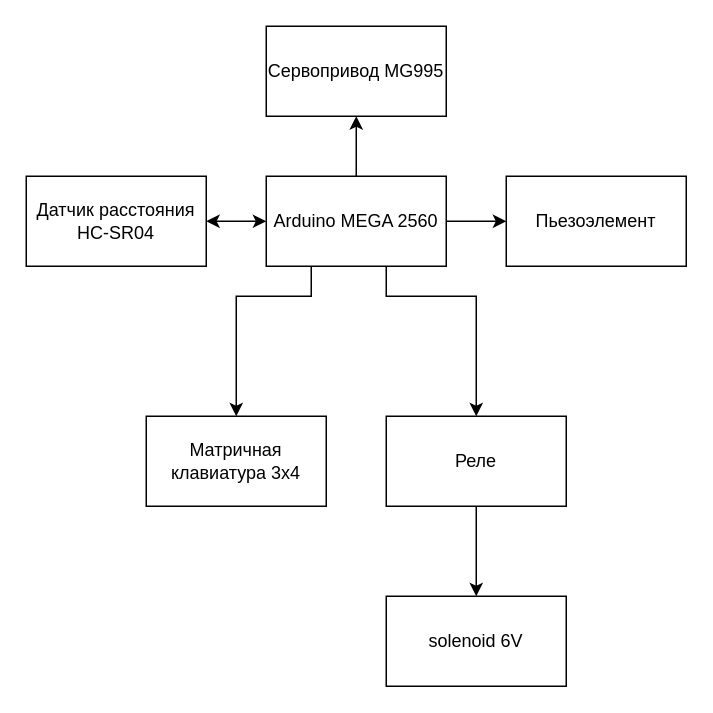
Before: Документация/Диаграмма компонентов калитки.drawio in Artepi2349/RFID, a draw.io diagram. Source tidied: cells renumbered, new cells numbered last; positions are measured from the earlier drawing's top-left corner, leaving out a move shared by most shapes. Both pictures are drawn from the tidied source at 150%, with x=0, y=0 at pixel (26, 26).
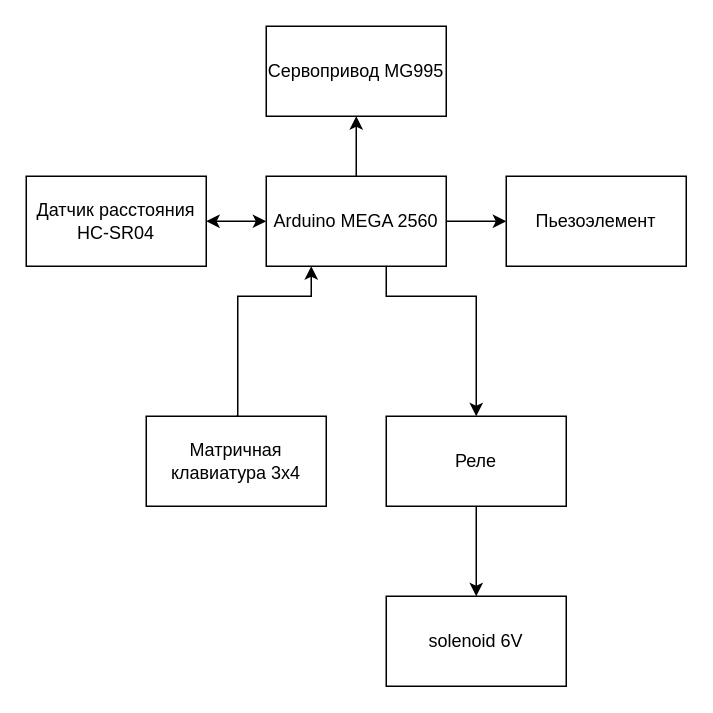
The same page after the edit.

Commit message (it also covers changes not shown here):
rework components diagram

Diff of the diagram source:
```diff
@@
 <mxGraphModel>
   <root>
     <mxCell id="0" />
     <mxCell id="1" parent="0" />
     <mxCell id="2" style="edgeStyle=orthogonalEdgeStyle;rounded=0;jettySize=auto;html=1;entryX=0;entryY=0.5;entryDx=0;entryDy=0;" parent="1" edge="1" source="6" target="10">
       <mxGeometry relative="1" as="geometry" />
     </mxCell>
     <mxCell id="3" style="edgeStyle=orthogonalEdgeStyle;rounded=0;jettySize=auto;html=1;entryX=0.5;entryY=1;entryDx=0;entryDy=0;" parent="1" edge="1" source="6" target="9">
       <mxGeometry relative="1" as="geometry" />
     </mxCell>
-    <mxCell id="4" style="edgeStyle=orthogonalEdgeStyle;rounded=0;jettySize=auto;html=1;entryX=0.5;entryY=0;entryDx=0;entryDy=0;exitX=0.25;exitY=1;exitDx=0;exitDy=0;" parent="1" edge="1" source="6" target="7">
+    <mxCell id="4" style="edgeStyle=orthogonalEdgeStyle;rounded=0;jettySize=auto;html=1;exitX=0.5;exitY=0;exitDx=0;exitDy=0;entryX=0.25;entryY=1;entryDx=0;entryDy=0;" parent="1" edge="1" source="7" target="6">
       <mxGeometry relative="1" as="geometry">
         <Array as="points">
+          <mxPoint x="141" y="260" />
+          <mxPoint x="141" y="180" />
           <mxPoint x="190" y="180" />
-          <mxPoint x="140" y="180" />
         </Array>
       </mxGeometry>
     </mxCell>
     <mxCell id="5" style="edgeStyle=orthogonalEdgeStyle;rounded=0;jettySize=auto;html=1;entryX=0.5;entryY=0;entryDx=0;entryDy=0;" parent="1" edge="1" target="13">
       <mxGeometry relative="1" as="geometry">
         <mxPoint x="240" y="160" as="sourcePoint" />
         <Array as="points">
           <mxPoint x="240" y="180" />
           <mxPoint x="300" y="180" />
         </Array>
       </mxGeometry>
     </mxCell>
     <mxCell id="6" value="Arduino MEGA 2560" style="rounded=0;whiteSpace=wrap;html=1;" parent="1" vertex="1">
       <mxGeometry x="160" y="100" width="120" height="60" as="geometry" />
     </mxCell>
     <mxCell id="7" value="Матричная клавиатура 3x4" style="rounded=0;whiteSpace=wrap;html=1;" parent="1" vertex="1">
       <mxGeometry x="80" y="260" width="120" height="60" as="geometry" />
     </mxCell>
     <mxCell id="8" value="Датчик расстояния HC-SR04" style="rounded=0;whiteSpace=wrap;html=1;" parent="1" vertex="1">
       <mxGeometry y="100" width="120" height="60" as="geometry" />
     </mxCell>
     <mxCell id="9" value="Сервопривод MG995" style="rounded=0;whiteSpace=wrap;html=1;" parent="1" vertex="1">
       <mxGeometry x="160" width="120" height="60" as="geometry" />
     </mxCell>
     <mxCell id="10" value="Пьезоэлемент" style="rounded=0;whiteSpace=wrap;html=1;" parent="1" vertex="1">
       <mxGeometry x="320" y="100" width="120" height="60" as="geometry" />
     </mxCell>
     <mxCell id="11" style="endArrow=classic;startArrow=classic;html=1;rounded=0;exitX=1;exitY=0.5;exitDx=0;exitDy=0;" parent="1" edge="1" source="8">
       <mxGeometry relative="1" as="geometry">
         <mxPoint x="160" y="130" as="targetPoint" />
       </mxGeometry>
     </mxCell>
     <mxCell id="12" style="edgeStyle=orthogonalEdgeStyle;rounded=0;jettySize=auto;html=1;" parent="1" edge="1" source="13" target="14">
       <mxGeometry relative="1" as="geometry" />
     </mxCell>
     <mxCell id="13" value="Реле" style="rounded=0;whiteSpace=wrap;html=1;" parent="1" vertex="1">
       <mxGeometry x="240" y="260" width="120" height="60" as="geometry" />
     </mxCell>
     <mxCell id="14" value="solenoid 6V" style="rounded=0;whiteSpace=wrap;html=1;" parent="1" vertex="1">
       <mxGeometry x="240" y="380" width="120" height="60" as="geometry" />
     </mxCell>
   </root>
 </mxGraphModel>
```
